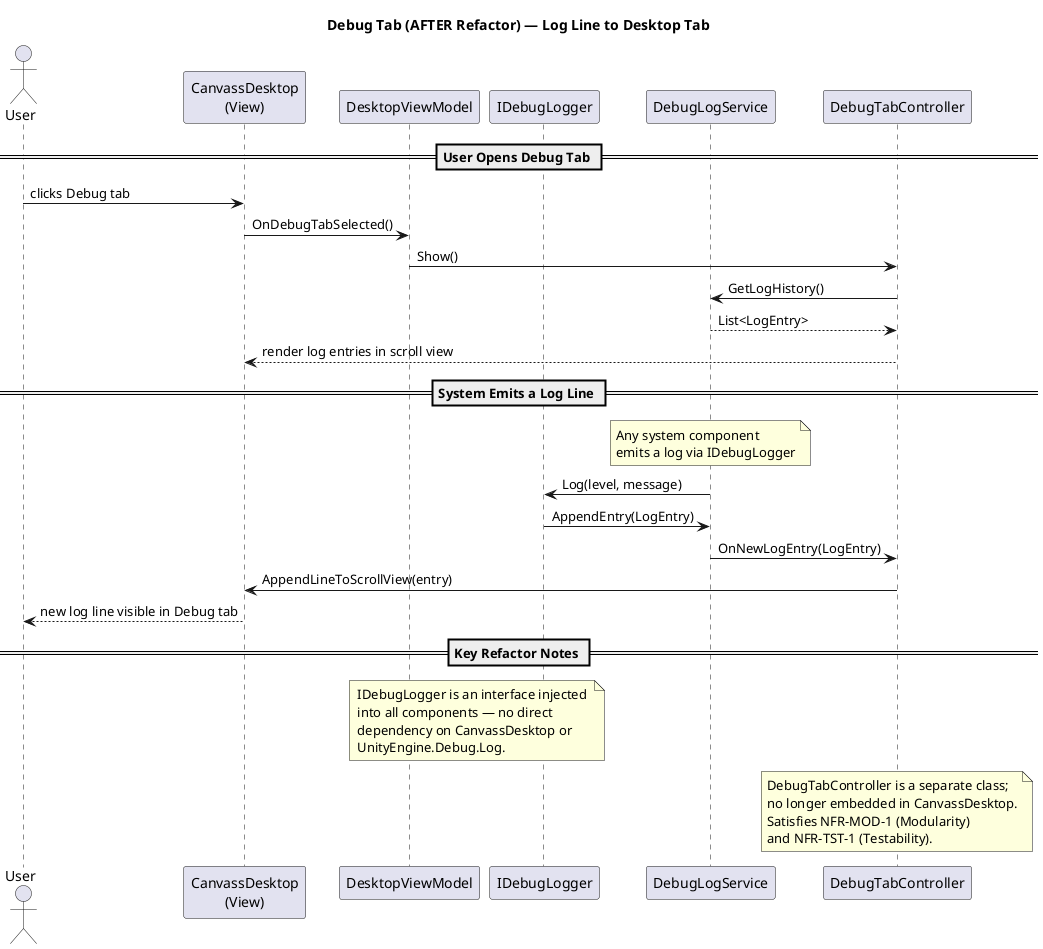
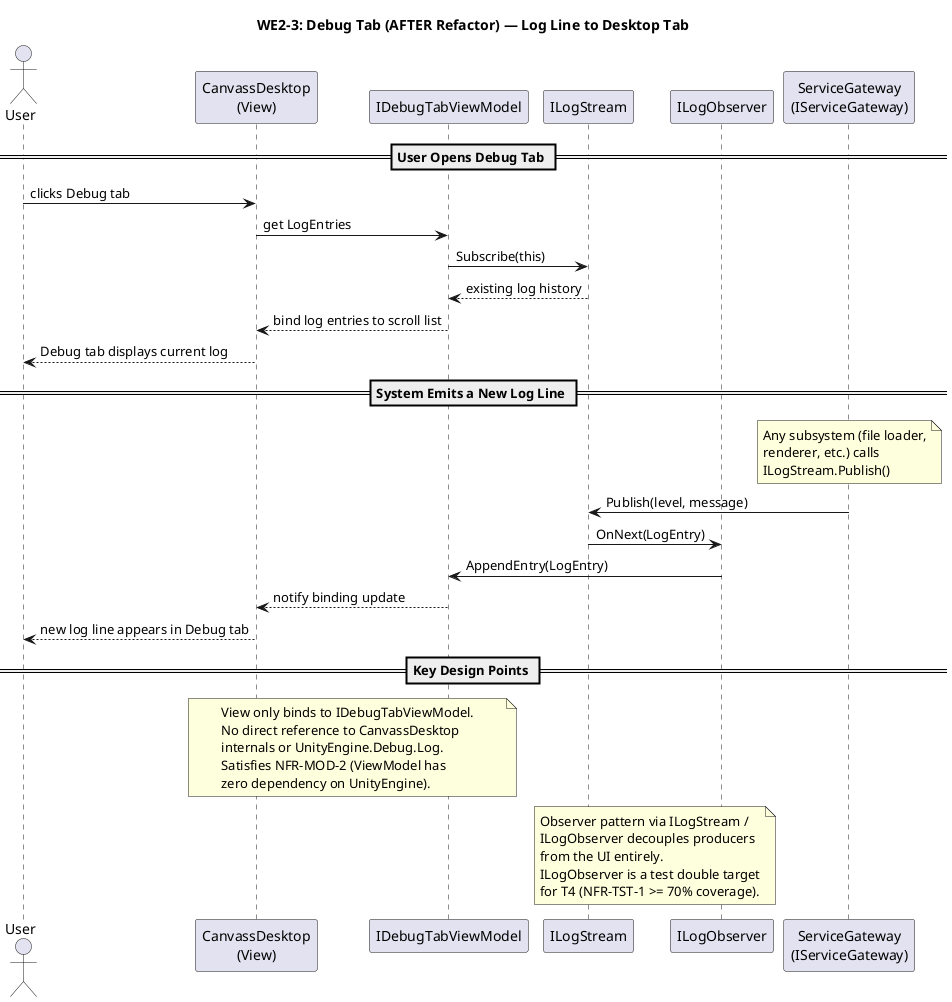
@startuml
' WE2-3 | Debug tab AFTER sequence diagram
- ' Shows the refactored flow: a log line emitted inside the system
- ' travels through a decoupled IDebugLogger interface and is displayed
- ' in the CanvassDesktop Debug tab.
+ ' Log line to Desktop tab — refactored flow
+ ' Uses team-agreed interfaces from architecture.md:
+ '   IDebugTabViewModel, ILogStream, ILogObserver
' Owner: POL | Feeds: T4

- title Debug Tab (AFTER Refactor) — Log Line to Desktop Tab
+ title WE2-3: Debug Tab (AFTER Refactor) — Log Line to Desktop Tab

actor User
participant "CanvassDesktop\n(View)" as View
- participant "DesktopViewModel" as VM
- participant "IDebugLogger" as Logger
- participant "DebugLogService" as Service
- participant "DebugTabController" as DebugTab
+ participant "IDebugTabViewModel" as VM
+ participant "ILogStream" as LogStream
+ participant "ILogObserver" as LogObserver
+ participant "ServiceGateway\n(IServiceGateway)" as Gateway

== User Opens Debug Tab ==
User -> View : clicks Debug tab
- View -> VM : OnDebugTabSelected()
- VM -> DebugTab : Show()
- DebugTab -> Service : GetLogHistory()
- Service --> DebugTab : List<LogEntry>
- DebugTab --> View : render log entries in scroll view
+ View -> VM : get LogEntries
+ VM -> LogStream : Subscribe(this)
+ LogStream --> VM : existing log history
+ VM --> View : bind log entries to scroll list
+ View --> User : Debug tab displays current log

- == System Emits a Log Line ==
- note over Service : Any system component\nemits a log via IDebugLogger
- Service -> Logger : Log(level, message)
- Logger -> Service : AppendEntry(LogEntry)
- Service -> DebugTab : OnNewLogEntry(LogEntry)
- DebugTab -> View : AppendLineToScrollView(entry)
- View --> User : new log line visible in Debug tab
- 
- == Key Refactor Notes ==
- note over VM, Logger
-   IDebugLogger is an interface injected
-   into all components — no direct
-   dependency on CanvassDesktop or
-   UnityEngine.Debug.Log.
+ == System Emits a New Log Line ==
+ note over Gateway
+   Any subsystem (file loader,
+   renderer, etc.) calls
+   ILogStream.Publish()
end note

- note over DebugTab
-   DebugTabController is a separate class;
-   no longer embedded in CanvassDesktop.
-   Satisfies NFR-MOD-1 (Modularity)
-   and NFR-TST-1 (Testability).
+ Gateway -> LogStream : Publish(level, message)
+ LogStream -> LogObserver : OnNext(LogEntry)
+ LogObserver -> VM : AppendEntry(LogEntry)
+ VM --> View : notify binding update
+ View --> User : new log line appears in Debug tab
+ 
+ == Key Design Points ==
+ note over View, VM
+   View only binds to IDebugTabViewModel.
+   No direct reference to CanvassDesktop
+   internals or UnityEngine.Debug.Log.
+   Satisfies NFR-MOD-2 (ViewModel has
+   zero dependency on UnityEngine).
+ end note
+ 
+ note over LogStream, LogObserver
+   Observer pattern via ILogStream /
+   ILogObserver decouples producers
+   from the UI entirely.
+   ILogObserver is a test double target
+   for T4 (NFR-TST-1 >= 70% coverage).
end note

@enduml
